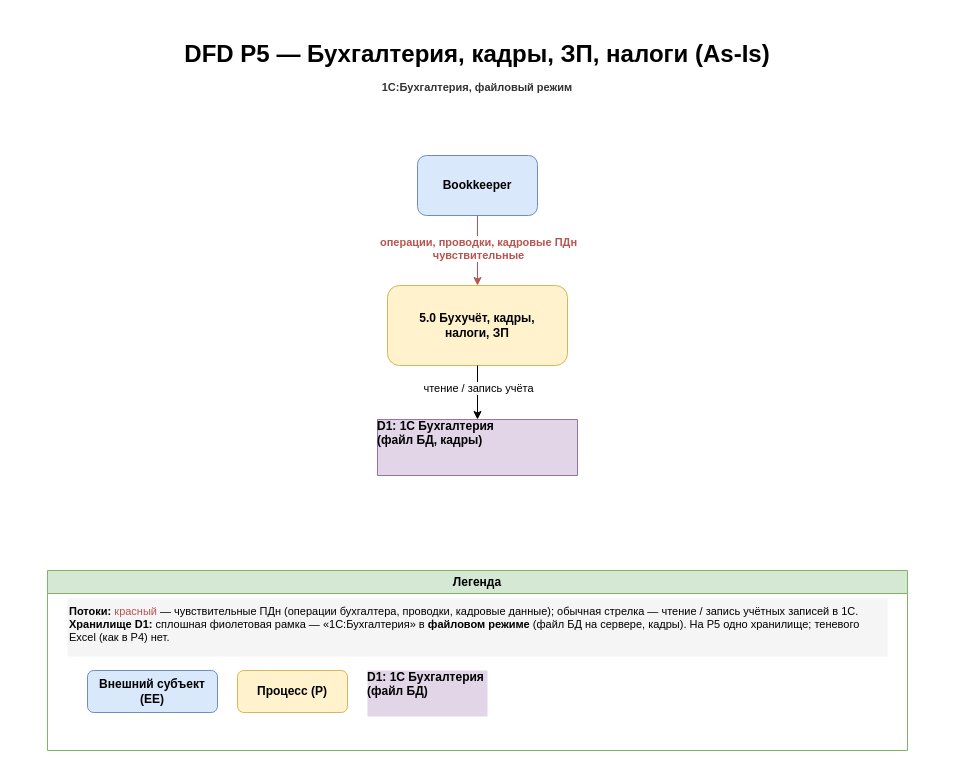
Earlier version of the draw.io diagram Task1/dfd-p5-accounting.drawio (aymanstepanova/architecture-medikamente). Source tidied: cells renumbered, new cells numbered last; positions are measured from the earlier drawing's top-left corner, leaving out a move shared by most shapes. Both pictures are drawn from the tidied source at 100%, with x=0, y=0 at pixel (17, 17).
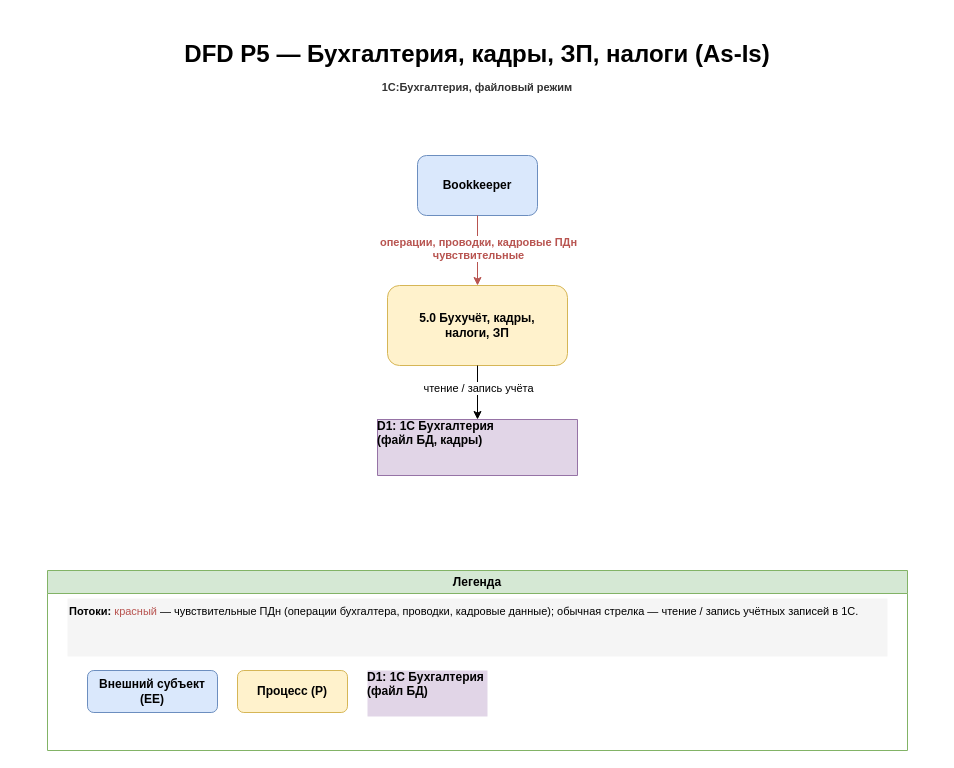
Above is the later version.

Commit message:
task1: DFD P5 — Бухгалтерия, кадры, ЗП, налоги

The edit, as a diff of the source:
```diff
@@
 <mxGraphModel>
   <root>
     <mxCell id="0" />
     <mxCell id="1" parent="0" />
     <mxCell id="2" value="&lt;h1&gt;&lt;b&gt;DFD P5 — Бухгалтерия, кадры, ЗП, налоги (As-Is)&lt;br&gt;&lt;/b&gt;&lt;span style=&quot;font-size:11px;color:#333333&quot;&gt;1С:Бухгалтерия, файловый режим&lt;/span&gt;&lt;/h1&gt;" style="text;html=1;strokeColor=none;fillColor=none;align=center;verticalAlign=top;whiteSpace=wrap;rounded=0;fontSize=12;" parent="1" vertex="1">
       <mxGeometry width="920" height="48" as="geometry" />
     </mxCell>
     <mxCell id="3" value="Bookkeeper" style="rounded=1;whiteSpace=wrap;html=1;fillColor=#dae8fc;strokeColor=#6c8ebf;fontStyle=1;" parent="1" vertex="1">
       <mxGeometry x="400" y="138" width="120" height="60" as="geometry" />
     </mxCell>
     <mxCell id="4" value="5.0 Бухучёт, кадры,&#10;налоги, ЗП" style="rounded=1;whiteSpace=wrap;html=1;fillColor=#fff2cc;strokeColor=#d6b656;fontStyle=1;" parent="1" vertex="1">
       <mxGeometry x="370" y="268" width="180" height="80" as="geometry" />
     </mxCell>
     <mxCell id="5" value="D1: 1С Бухгалтерия&#10;(файл БД, кадры)" style="shape=partialRectangle;whiteSpace=wrap;html=1;align=left;spacingLeft=5;overflow=fill;fillColor=#e1d5e7;strokeColor=#9673a6;fontStyle=1;" parent="1" vertex="1">
       <mxGeometry x="360" y="402" width="200" height="56" as="geometry" />
     </mxCell>
     <mxCell id="6" style="endArrow=classic;html=1;fillColor=#f8cecc;strokeColor=#b85450;" parent="1" edge="1" source="3" target="4">
       <mxGeometry relative="1" as="geometry" />
     </mxCell>
     <mxCell id="7" value="операции, проводки, кадровые ПДн&#10;чувствительные" style="edgeLabel;html=1;align=center;fontColor=#b85450;fontStyle=1;" parent="6" vertex="1">
       <mxGeometry x="-0.2" y="1" relative="1" as="geometry">
         <mxPoint x="-1" y="-14" as="offset" />
       </mxGeometry>
     </mxCell>
     <mxCell id="8" style="endArrow=classic;html=1;" parent="1" edge="1" source="4" target="5">
       <mxGeometry relative="1" as="geometry" />
     </mxCell>
     <mxCell id="9" value="чтение / запись учёта" style="edgeLabel;html=1;align=center;" parent="8" vertex="1">
       <mxGeometry x="-0.1" y="2" relative="1" as="geometry">
         <mxPoint x="-2" y="-14" as="offset" />
       </mxGeometry>
     </mxCell>
     <mxCell id="10" value="Легенда" style="swimlane;whiteSpace=wrap;html=1;fillColor=#d5e8d4;strokeColor=#82b366;" parent="1" vertex="1">
       <mxGeometry x="30" y="553" width="860" height="180" as="geometry" />
     </mxCell>
-    <mxCell id="11" value="&lt;b&gt;Потоки:&lt;/b&gt; &lt;span style=&quot;color:#b85450&quot;&gt;красный&lt;/span&gt; — чувствительные ПДн (операции бухгалтера, проводки, кадровые данные); обычная стрелка — чтение / запись учётных записей в 1С.&lt;br&gt;&lt;b&gt;Хранилище D1:&lt;/b&gt; сплошная фиолетовая рамка — «1С:Бухгалтерия» в &lt;b&gt;файловом режиме&lt;/b&gt; (файл БД на сервере, кадры). На P5 одно хранилище; теневого Excel (как в P4) нет." style="text;html=1;strokeColor=none;fillColor=#f5f5f5;align=left;verticalAlign=top;whiteSpace=wrap;rounded=0;fontSize=11;" parent="10" vertex="1">
+    <mxCell id="11" value="&lt;b&gt;Потоки:&lt;/b&gt; &lt;span style=&quot;color:#b85450&quot;&gt;красный&lt;/span&gt; — чувствительные ПДн (операции бухгалтера, проводки, кадровые данные); обычная стрелка — чтение / запись учётных записей в 1С." style="text;html=1;strokeColor=none;fillColor=#f5f5f5;align=left;verticalAlign=top;whiteSpace=wrap;rounded=0;fontSize=11;" parent="10" vertex="1">
       <mxGeometry x="20" y="28" width="820" height="58" as="geometry" />
     </mxCell>
     <mxCell id="12" value="Внешний субъект (EE)" style="rounded=1;whiteSpace=wrap;html=1;fillColor=#dae8fc;strokeColor=#6c8ebf;fontStyle=1;" parent="10" vertex="1">
       <mxGeometry x="40" y="100" width="130" height="42" as="geometry" />
     </mxCell>
     <mxCell id="13" value="Процесс (P)" style="rounded=1;whiteSpace=wrap;html=1;fillColor=#fff2cc;strokeColor=#d6b656;fontStyle=1;" parent="10" vertex="1">
       <mxGeometry x="190" y="100" width="110" height="42" as="geometry" />
     </mxCell>
     <mxCell id="14" value="D1: 1С Бухгалтерия&#10;(файл БД)" style="shape=partialRectangle;whiteSpace=wrap;html=1;align=left;spacingLeft=5;overflow=fill;fillColor=#e1d5e7;strokeColor=#9673a6;top=0;left=0;bottom=0;right=0;fontStyle=1;" parent="10" vertex="1">
       <mxGeometry x="320" y="100" width="120" height="46" as="geometry" />
     </mxCell>
   </root>
 </mxGraphModel>
```
